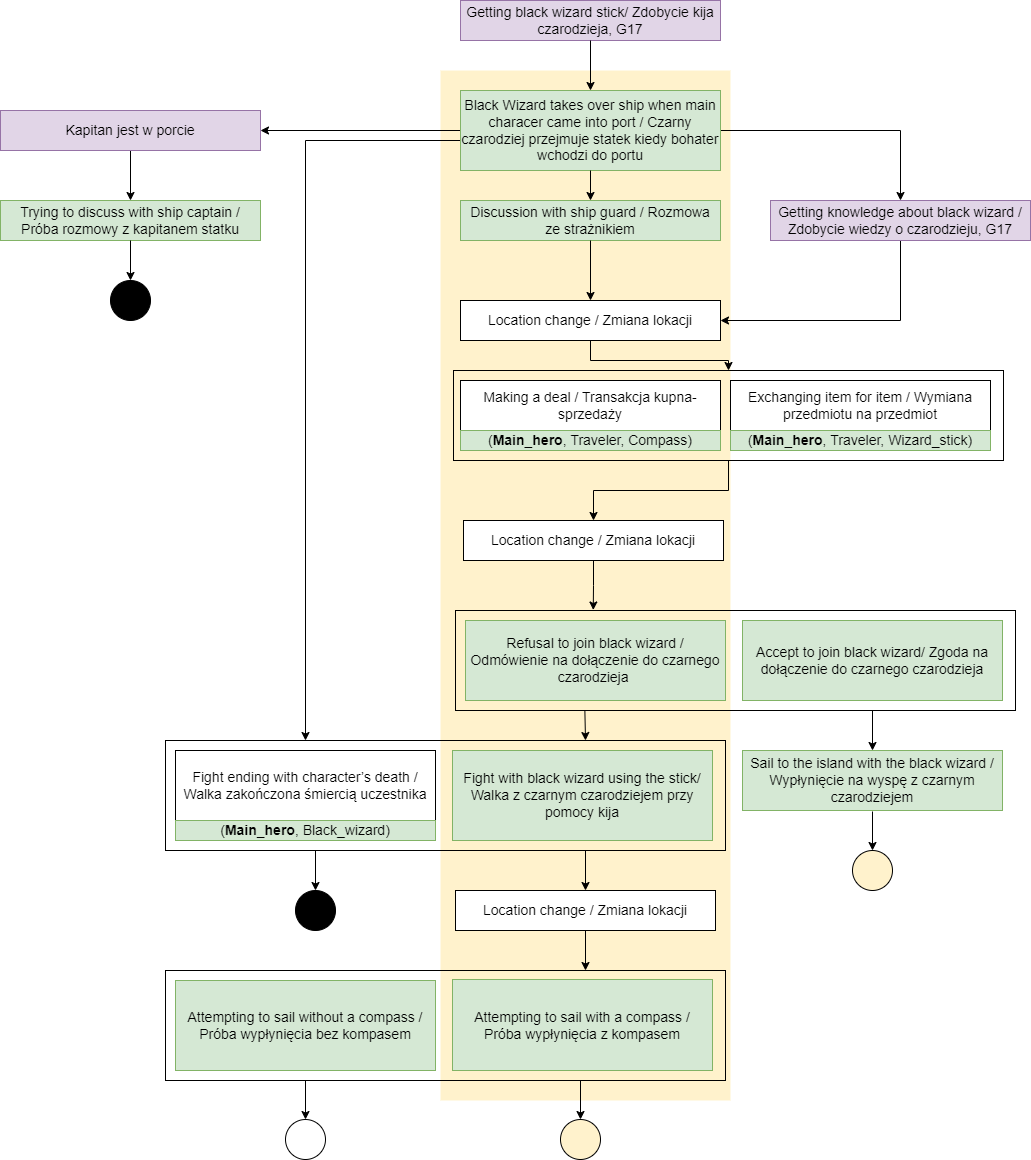
Before: Misja-ksiezycowa.png, a diagram exported from draw.io (Matthmul/pwk). Source tidied: cells renumbered, new cells last; positions are measured from the earlier drawing's top-left corner, leaving out a move shared by most shapes.
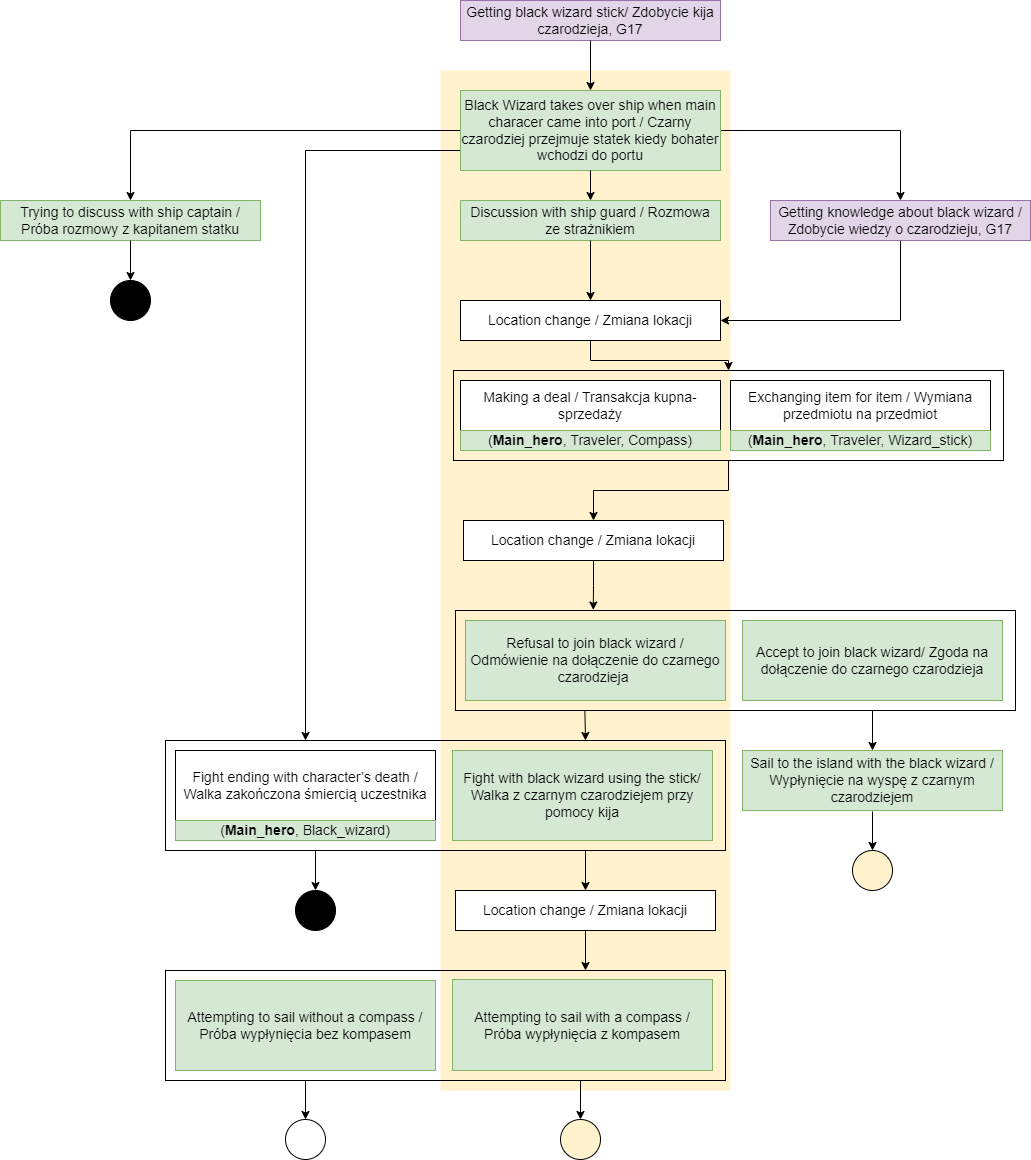
Later version of the same file.

Diff of the diagram source:
```diff
@@ -3,7 +3,7 @@
     <mxCell id="0" />
     <mxCell id="1" parent="0" />
     <mxCell id="2" style="rounded=0;whiteSpace=wrap;html=1;fillColor=#fff2cc;fontFamily=Helvetica;fontSize=14;strokeColor=none;" parent="1" vertex="1">
-      <mxGeometry x="440" y="70" width="290" height="1030" as="geometry" />
+      <mxGeometry x="440" y="70" width="290" height="1020" as="geometry" />
     </mxCell>
     <mxCell id="3" value="&lt;font style=&quot;font-size: 14px&quot;&gt;Getting black wizard stick/ Zdobycie kija czarodzieja, G17&lt;/font&gt;" style="rounded=0;whiteSpace=wrap;html=1;strokeColor=#9673a6;fillColor=#e1d5e7;" parent="1" vertex="1">
       <mxGeometry x="460" width="260" height="40" as="geometry" />
@@ -17,17 +17,12 @@
     <mxCell id="6" style="edgeStyle=orthogonalEdgeStyle;rounded=0;jettySize=auto;html=1;exitX=1;exitY=0.5;exitDx=0;exitDy=0;entryX=0.5;entryY=0;entryDx=0;entryDy=0;" parent="1" edge="1" source="9" target="5">
       <mxGeometry relative="1" as="geometry" />
     </mxCell>
+    <mxCell id="59" style="edgeStyle=orthogonalEdgeStyle;rounded=0;jettySize=auto;html=1;exitX=0;exitY=0.5;exitDx=0;exitDy=0;entryX=0.5;entryY=0;entryDx=0;entryDy=0;" parent="1" edge="1" source="9" target="55">
+      <mxGeometry relative="1" as="geometry" />
+    </mxCell>
-    <mxCell id="7" style="edgeStyle=orthogonalEdgeStyle;rounded=0;jettySize=auto;html=1;exitX=0;exitY=0.5;exitDx=0;exitDy=0;entryX=0.25;entryY=0;entryDx=0;entryDy=0;" parent="1" edge="1" source="9" target="29">
-      <mxGeometry relative="1" as="geometry">
-        <Array as="points">
-          <mxPoint x="460" y="140" />
-          <mxPoint x="305" y="140" />
-        </Array>
-      </mxGeometry>
+    <mxCell id="7" style="edgeStyle=orthogonalEdgeStyle;rounded=0;jettySize=auto;html=1;exitX=0;exitY=0.75;exitDx=0;exitDy=0;entryX=0.25;entryY=0;entryDx=0;entryDy=0;" parent="1" edge="1" source="9" target="29">
+      <mxGeometry relative="1" as="geometry" />
     </mxCell>
-    <mxCell id="8" style="edgeStyle=orthogonalEdgeStyle;rounded=0;jettySize=auto;html=1;exitX=0;exitY=0.5;exitDx=0;exitDy=0;entryX=1;entryY=0.5;entryDx=0;entryDy=0;" parent="1" edge="1" source="9" target="54">
-      <mxGeometry relative="1" as="geometry" />
-    </mxCell>
     <mxCell id="9" value="&lt;span style=&quot;font-family: &amp;#34;arial&amp;#34; ; font-size: 14px&quot;&gt;Black Wizard takes over ship when main characer came into port / Czarny czarodziej przejmuje statek kiedy bohater wchodzi do portu&lt;/span&gt;" style="rounded=0;whiteSpace=wrap;html=1;sketch=0;fillColor=#d5e8d4;strokeColor=#82b366;align=center;" parent="1" vertex="1">
       <mxGeometry x="460" y="90" width="260" height="80" as="geometry" />
     </mxCell>
@@ -92,7 +87,7 @@
     <mxCell id="27" value="&lt;span id=&quot;docs-internal-guid-4cfbbf0f-7fff-1ddc-6e00-4f36d3d0db7e&quot;&gt;&lt;span style=&quot;background-color: transparent ; vertical-align: baseline&quot;&gt;&lt;font&gt;&lt;font face=&quot;arial&quot;&gt;&lt;span style=&quot;font-size: 14px&quot;&gt;Location change / Zmiana lokacji&lt;/span&gt;&lt;/font&gt;&lt;br&gt;&lt;/font&gt;&lt;/span&gt;&lt;/span&gt;" style="rounded=0;whiteSpace=wrap;html=1;align=center;" parent="1" vertex="1">
       <mxGeometry x="463" y="520" width="260" height="40" as="geometry" />
     </mxCell>
-    <mxCell id="28" style="edgeStyle=orthogonalEdgeStyle;rounded=0;jettySize=auto;html=1;exitX=0.75;exitY=1;exitDx=0;exitDy=0;" parent="1" edge="1" source="29" target="52">
+    <mxCell id="28" style="edgeStyle=orthogonalEdgeStyle;rounded=0;jettySize=auto;html=1;exitX=0.75;exitY=1;exitDx=0;exitDy=0;entryX=0.5;entryY=0;entryDx=0;entryDy=0;" parent="1" edge="1" source="29" target="52">
       <mxGeometry relative="1" as="geometry" />
     </mxCell>
     <mxCell id="29" style="rounded=0;whiteSpace=wrap;html=1;strokeColor=#000000;fontFamily=Helvetica;fontSize=14;fillColor=none;" parent="1" vertex="1">
@@ -171,20 +166,6 @@
         <mxPoint x="305" y="1080" as="sourcePoint" />
       </mxGeometry>
     </mxCell>
-    <mxCell id="51" style="edgeStyle=orthogonalEdgeStyle;rounded=0;jettySize=auto;html=1;exitX=0.5;exitY=1;exitDx=0;exitDy=0;" parent="1" edge="1" source="52">
-      <mxGeometry relative="1" as="geometry">
-        <mxPoint x="585" y="970" as="targetPoint" />
-      </mxGeometry>
-    </mxCell>
-    <mxCell id="52" value="&lt;span id=&quot;docs-internal-guid-4cfbbf0f-7fff-1ddc-6e00-4f36d3d0db7e&quot;&gt;&lt;span style=&quot;background-color: transparent ; vertical-align: baseline&quot;&gt;&lt;font&gt;&lt;font face=&quot;arial&quot;&gt;&lt;span style=&quot;font-size: 14px&quot;&gt;Location change / Zmiana lokacji&lt;/span&gt;&lt;/font&gt;&lt;br&gt;&lt;/font&gt;&lt;/span&gt;&lt;/span&gt;" style="rounded=0;whiteSpace=wrap;html=1;align=center;" parent="1" vertex="1">
-      <mxGeometry x="455" y="890" width="260" height="40" as="geometry" />
-    </mxCell>
-    <mxCell id="53" style="edgeStyle=orthogonalEdgeStyle;rounded=0;jettySize=auto;html=1;exitX=0.5;exitY=1;exitDx=0;exitDy=0;entryX=0.5;entryY=0;entryDx=0;entryDy=0;" parent="1" edge="1" source="54" target="55">
-      <mxGeometry relative="1" as="geometry" />
-    </mxCell>
-    <mxCell id="54" value="&lt;span id=&quot;docs-internal-guid-4cfbbf0f-7fff-1ddc-6e00-4f36d3d0db7e&quot;&gt;&lt;span style=&quot;background-color: transparent ; vertical-align: baseline&quot;&gt;&lt;font&gt;&lt;font face=&quot;arial&quot;&gt;&lt;span style=&quot;font-size: 14px&quot;&gt;Kapitan jest w porcie&lt;/span&gt;&lt;/font&gt;&lt;br&gt;&lt;/font&gt;&lt;/span&gt;&lt;/span&gt;" style="rounded=0;whiteSpace=wrap;html=1;align=center;fillColor=#e1d5e7;strokeColor=#9673a6;" parent="1" vertex="1">
-      <mxGeometry y="110" width="260" height="40" as="geometry" />
-    </mxCell>
     <mxCell id="55" value="&lt;font face=&quot;arial&quot;&gt;Trying to discuss with ship captain / Próba rozmowy z kapitanem statku&lt;br&gt;&lt;/font&gt;" style="rounded=0;whiteSpace=wrap;html=1;fillColor=#d5e8d4;fontSize=14;strokeColor=#82b366;" parent="1" vertex="1">
       <mxGeometry y="200" width="260" height="40" as="geometry" />
     </mxCell>
@@ -202,5 +183,11 @@
     <mxCell id="58" style="ellipse;whiteSpace=wrap;html=1;fontSize=14;align=center;fillColor=#000000;" parent="1" vertex="1">
       <mxGeometry x="110" y="280" width="40" height="40" as="geometry" />
     </mxCell>
+    <mxCell id="60" style="edgeStyle=orthogonalEdgeStyle;rounded=0;jettySize=auto;html=1;exitX=0.5;exitY=1;exitDx=0;exitDy=0;entryX=0.75;entryY=0;entryDx=0;entryDy=0;" parent="1" edge="1" source="52" target="46">
+      <mxGeometry relative="1" as="geometry" />
+    </mxCell>
+    <mxCell id="52" value="&lt;span id=&quot;docs-internal-guid-4cfbbf0f-7fff-1ddc-6e00-4f36d3d0db7e&quot;&gt;&lt;span style=&quot;background-color: transparent ; vertical-align: baseline&quot;&gt;&lt;font&gt;&lt;font face=&quot;arial&quot;&gt;&lt;span style=&quot;font-size: 14px&quot;&gt;Location change / Zmiana lokacji&lt;/span&gt;&lt;/font&gt;&lt;br&gt;&lt;/font&gt;&lt;/span&gt;&lt;/span&gt;" style="rounded=0;whiteSpace=wrap;html=1;align=center;" parent="1" vertex="1">
+      <mxGeometry x="455" y="890" width="260" height="40" as="geometry" />
+    </mxCell>
   </root>
 </mxGraphModel>
```
